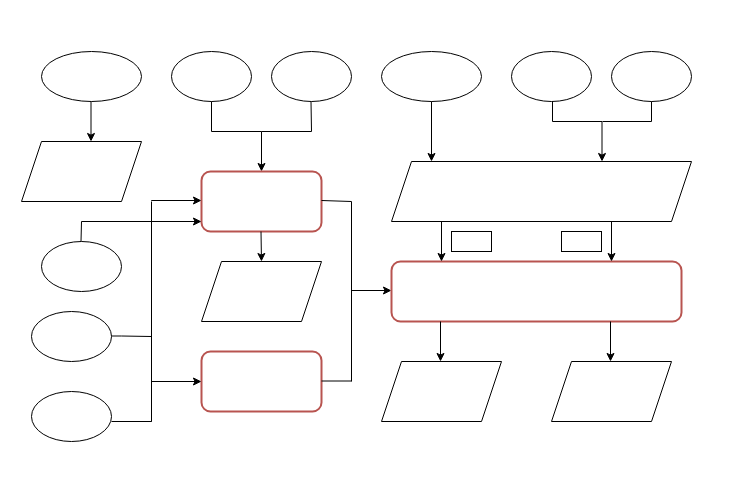
This is 技术路线图.drawio from gaohuanxin/WRF-SFIRE, a draw.io file, before an edit. Source tidied: cells renumbered, new cells numbered last; positions are measured from the earlier drawing's top-left corner, leaving out a move shared by most shapes. Both pictures are drawn from the tidied source at 100%, with x=0, y=0 at pixel (21, 51).
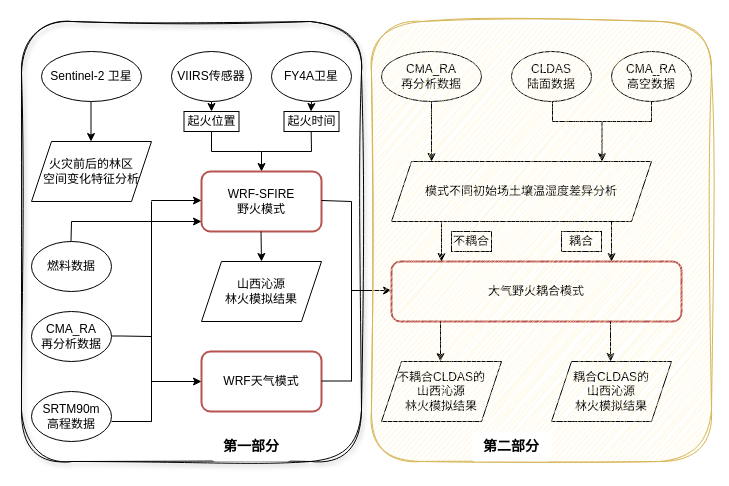
The same diagram, later.

Commit message:
更新技术路线图.drawio

What changed in the source:
```diff
@@
+    <mxCell id="3" value="FY4A卫星" style="ellipse;whiteSpace=wrap;html=1;" parent="1" vertex="1">
+      <mxGeometry x="250" width="80" height="50" as="geometry" />
+    </mxCell>
-    <mxCell id="2" style="ellipse;whiteSpace=wrap;html=1;" parent="1" vertex="1">
+    <mxCell id="2" value="Sentinel-2 卫星" style="ellipse;whiteSpace=wrap;html=1;" parent="1" vertex="1">
       <mxGeometry x="20" width="100" height="50" as="geometry" />
     </mxCell>
-    <mxCell id="3" style="ellipse;whiteSpace=wrap;html=1;" parent="1" vertex="1">
-      <mxGeometry x="250" width="80" height="50" as="geometry" />
-    </mxCell>
-    <mxCell id="4" style="ellipse;whiteSpace=wrap;html=1;" parent="1" vertex="1">
+    <mxCell id="4" value="VIIRS传感器" style="ellipse;whiteSpace=wrap;html=1;" parent="1" vertex="1">
       <mxGeometry x="150" width="80" height="50" as="geometry" />
     </mxCell>
-    <mxCell id="5" style="endArrow=classic;html=1;rounded=0;exitX=0.5;exitY=1;exitDx=0;exitDy=0;" parent="1" edge="1" source="4">
+    <mxCell id="5" style="endArrow=classic;html=1;rounded=0;exitX=0.5;exitY=1;exitDx=0;exitDy=0;" parent="1" edge="1">
       <mxGeometry relative="1" as="geometry">
+        <mxPoint x="190" y="80" as="sourcePoint" />
         <mxPoint x="240" y="120" as="targetPoint" />
         <Array as="points">
-          <mxPoint x="190" y="80" />
-          <mxPoint x="240" y="80" />
+          <mxPoint x="190" y="100" />
+          <mxPoint x="240" y="100" />
         </Array>
       </mxGeometry>
     </mxCell>
     <mxCell id="6" style="endArrow=none;html=1;rounded=0;" parent="1" edge="1">
       <mxGeometry relative="1" as="geometry">
-        <mxPoint x="240" y="80" as="sourcePoint" />
-        <mxPoint x="289.5" y="50" as="targetPoint" />
+        <mxPoint x="240" y="100" as="sourcePoint" />
+        <mxPoint x="289.5" y="70" as="targetPoint" />
         <Array as="points">
-          <mxPoint x="290" y="80" />
+          <mxPoint x="290" y="100" />
         </Array>
       </mxGeometry>
     </mxCell>
-    <mxCell id="7" style="rounded=1;whiteSpace=wrap;html=1;fillColor=none;strokeColor=#B85450;strokeWidth=2;" parent="1" vertex="1">
+    <mxCell id="7" value="WRF-SFIRE&lt;br&gt;野火模式" style="rounded=1;whiteSpace=wrap;html=1;fillColor=none;strokeColor=#B85450;strokeWidth=2;labelBackgroundColor=default;" parent="1" vertex="1">
       <mxGeometry x="180" y="120" width="120" height="60" as="geometry" />
     </mxCell>
@@
-    <mxCell id="9" style="shape=parallelogram;perimeter=parallelogramPerimeter;whiteSpace=wrap;html=1;fixedSize=1;" parent="1" vertex="1">
-      <mxGeometry y="90" width="120" height="60" as="geometry" />
+    <mxCell id="9" value="火灾前后的林区&lt;br&gt;空间变化特征分析" style="shape=parallelogram;perimeter=parallelogramPerimeter;whiteSpace=wrap;html=1;fixedSize=1;" parent="1" vertex="1">
+      <mxGeometry x="10" y="90" width="120" height="60" as="geometry" />
     </mxCell>
-    <mxCell id="10" style="ellipse;whiteSpace=wrap;html=1;" parent="1" vertex="1">
-      <mxGeometry x="20" y="190" width="80" height="50" as="geometry" />
+    <mxCell id="10" value="燃料数据" style="ellipse;whiteSpace=wrap;html=1;" parent="1" vertex="1">
+      <mxGeometry x="10" y="190" width="80" height="50" as="geometry" />
     </mxCell>
-    <mxCell id="11" style="ellipse;whiteSpace=wrap;html=1;" parent="1" vertex="1">
+    <mxCell id="11" value="SRTM90m&lt;br&gt;高程数据" style="ellipse;whiteSpace=wrap;html=1;" parent="1" vertex="1">
       <mxGeometry x="10" y="340" width="80" height="50" as="geometry" />
     </mxCell>
-    <mxCell id="12" style="ellipse;whiteSpace=wrap;html=1;" parent="1" vertex="1">
+    <mxCell id="12" value="CMA_RA&lt;br&gt;再分析数据" style="ellipse;whiteSpace=wrap;html=1;" parent="1" vertex="1">
       <mxGeometry x="10" y="260" width="80" height="50" as="geometry" />
     </mxCell>
@@
-    <mxCell id="15" style="rounded=1;whiteSpace=wrap;html=1;fillColor=none;strokeColor=#B85450;strokeWidth=2;" parent="1" vertex="1">
+    <mxCell id="15" value="WRF天气模式" style="rounded=1;whiteSpace=wrap;html=1;fillColor=none;strokeColor=#B85450;strokeWidth=2;" parent="1" vertex="1">
       <mxGeometry x="180" y="300" width="120" height="60" as="geometry" />
     </mxCell>
@@
     <mxCell id="21" style="endArrow=classic;html=1;rounded=0;" parent="1" edge="1">
       <mxGeometry relative="1" as="geometry">
-        <mxPoint x="60" y="170" as="sourcePoint" />
+        <mxPoint x="50" y="170" as="sourcePoint" />
         <mxPoint x="180" y="170" as="targetPoint" />
       </mxGeometry>
     </mxCell>
     <mxCell id="22" style="endArrow=none;html=1;rounded=0;" parent="1" edge="1">
       <mxGeometry relative="1" as="geometry">
-        <mxPoint x="59.5" y="190" as="sourcePoint" />
-        <mxPoint x="60" y="170" as="targetPoint" />
+        <mxPoint x="49.5" y="190" as="sourcePoint" />
+        <mxPoint x="50" y="170" as="targetPoint" />
       </mxGeometry>
     </mxCell>
@@
-    <mxCell id="24" style="shape=parallelogram;perimeter=parallelogramPerimeter;whiteSpace=wrap;html=1;fixedSize=1;" parent="1" vertex="1">
+    <mxCell id="24" value="山西沁源&lt;br&gt;林火模拟结果" style="shape=parallelogram;perimeter=parallelogramPerimeter;whiteSpace=wrap;html=1;fixedSize=1;" parent="1" vertex="1">
       <mxGeometry x="180" y="210" width="120" height="60" as="geometry" />
     </mxCell>
@@
-    <mxCell id="29" style="rounded=1;whiteSpace=wrap;html=1;fillColor=none;strokeColor=#B85450;strokeWidth=2;" parent="1" vertex="1">
+    <mxCell id="29" value="大气野火耦合模式" style="rounded=1;whiteSpace=wrap;html=1;fillColor=none;strokeColor=#B85450;strokeWidth=2;" parent="1" vertex="1">
       <mxGeometry x="370" y="210" width="290" height="60" as="geometry" />
     </mxCell>
-    <mxCell id="30" style="ellipse;whiteSpace=wrap;html=1;" parent="1" vertex="1">
+    <mxCell id="30" value="CMA_RA&lt;br&gt;再分析数据" style="ellipse;whiteSpace=wrap;html=1;" parent="1" vertex="1">
       <mxGeometry x="360" width="100" height="50" as="geometry" />
     </mxCell>
-    <mxCell id="31" style="ellipse;whiteSpace=wrap;html=1;" parent="1" vertex="1">
+    <mxCell id="31" value="CMA_RA&lt;br style=&quot;border-color: var(--border-color);&quot;&gt;高空数据" style="ellipse;whiteSpace=wrap;html=1;" parent="1" vertex="1">
       <mxGeometry x="590" width="80" height="50" as="geometry" />
     </mxCell>
-    <mxCell id="32" style="ellipse;whiteSpace=wrap;html=1;" parent="1" vertex="1">
+    <mxCell id="32" value="CLDAS&lt;br&gt;陆面数据" style="ellipse;whiteSpace=wrap;html=1;" parent="1" vertex="1">
       <mxGeometry x="490" width="80" height="50" as="geometry" />
     </mxCell>
@@
-    <mxCell id="36" style="shape=parallelogram;perimeter=parallelogramPerimeter;whiteSpace=wrap;html=1;fixedSize=1;" parent="1" vertex="1">
-      <mxGeometry x="370" y="110" width="300" height="60" as="geometry" />
+    <mxCell id="36" value="模式不同初始场土壤温湿度差异分析" style="shape=parallelogram;perimeter=parallelogramPerimeter;whiteSpace=wrap;html=1;fixedSize=1;" parent="1" vertex="1">
+      <mxGeometry x="370" y="110" width="260" height="60" as="geometry" />
     </mxCell>
@@
-    <mxCell id="41" style="shape=parallelogram;perimeter=parallelogramPerimeter;whiteSpace=wrap;html=1;fixedSize=1;" parent="1" vertex="1">
+    <mxCell id="41" value="不耦合CLDAS的&lt;br&gt;山西沁源&lt;br style=&quot;border-color: var(--border-color);&quot;&gt;林火模拟结果" style="shape=parallelogram;perimeter=parallelogramPerimeter;whiteSpace=wrap;html=1;fixedSize=1;" parent="1" vertex="1">
       <mxGeometry x="360" y="310" width="120" height="60" as="geometry" />
     </mxCell>
-    <mxCell id="42" style="shape=parallelogram;perimeter=parallelogramPerimeter;whiteSpace=wrap;html=1;fixedSize=1;" parent="1" vertex="1">
+    <mxCell id="42" value="耦合CLDAS的&lt;br&gt;山西沁源&lt;br style=&quot;border-color: var(--border-color);&quot;&gt;林火模拟结果" style="shape=parallelogram;perimeter=parallelogramPerimeter;whiteSpace=wrap;html=1;fixedSize=1;" parent="1" vertex="1">
       <mxGeometry x="530" y="310" width="120" height="60" as="geometry" />
     </mxCell>
-    <mxCell id="43" style="rounded=0;whiteSpace=wrap;html=1;" parent="1" vertex="1">
+    <mxCell id="43" value="不耦合" style="rounded=0;whiteSpace=wrap;html=1;" parent="1" vertex="1">
       <mxGeometry x="430" y="180" width="40" height="20" as="geometry" />
     </mxCell>
-    <mxCell id="44" style="rounded=0;whiteSpace=wrap;html=1;" parent="1" vertex="1">
+    <mxCell id="44" value="耦合" style="rounded=0;whiteSpace=wrap;html=1;" parent="1" vertex="1">
       <mxGeometry x="540" y="180" width="40" height="20" as="geometry" />
     </mxCell>
+    <mxCell id="45" style="endArrow=classic;html=1;rounded=0;exitX=0.5;exitY=1;exitDx=0;exitDy=0;" parent="1" edge="1" source="4">
+      <mxGeometry relative="1" as="geometry">
+        <mxPoint x="190" y="60" as="targetPoint" />
+      </mxGeometry>
+    </mxCell>
+    <mxCell id="46" style="endArrow=classic;html=1;rounded=0;" parent="1" edge="1">
+      <mxGeometry relative="1" as="geometry">
+        <mxPoint x="290" y="50" as="sourcePoint" />
+        <mxPoint x="289.5" y="60" as="targetPoint" />
+      </mxGeometry>
+    </mxCell>
+    <mxCell id="47" value="起火位置" style="rounded=0;whiteSpace=wrap;html=1;" parent="1" vertex="1">
+      <mxGeometry x="162.5" y="60" width="55" height="20" as="geometry" />
+    </mxCell>
+    <mxCell id="48" value="起火时间" style="rounded=0;whiteSpace=wrap;html=1;" parent="1" vertex="1">
+      <mxGeometry x="262.5" y="60" width="55" height="20" as="geometry" />
+    </mxCell>
+    <mxCell id="49" style="rounded=1;whiteSpace=wrap;html=1;fillColor=none;shadow=1;glass=1;sketch=1;curveFitting=1;jiggle=2;" parent="1" vertex="1">
+      <mxGeometry y="-30" width="340" height="440" as="geometry" />
+    </mxCell>
+    <mxCell id="50" style="rounded=1;whiteSpace=wrap;html=1;shadow=0;glass=0;fillColor=#fff2cc;strokeColor=#d6b656;sketch=1;curveFitting=1;jiggle=2;" parent="1" vertex="1">
+      <mxGeometry x="350" y="-30" width="340" height="440" as="geometry" />
+    </mxCell>
+    <mxCell id="51" value="&lt;b&gt;&lt;font style=&quot;font-size: 14px;&quot;&gt;第一部分&lt;/font&gt;&lt;/b&gt;" style="rounded=1;whiteSpace=wrap;html=1;strokeColor=none;" parent="1" vertex="1">
+      <mxGeometry x="190" y="380" width="80" height="30" as="geometry" />
+    </mxCell>
+    <mxCell id="52" value="&lt;b&gt;&lt;font style=&quot;font-size: 14px;&quot;&gt;第二部分&lt;/font&gt;&lt;/b&gt;" style="rounded=1;whiteSpace=wrap;html=1;strokeColor=none;" parent="1" vertex="1">
+      <mxGeometry x="450" y="380" width="80" height="30" as="geometry" />
+    </mxCell>
```
